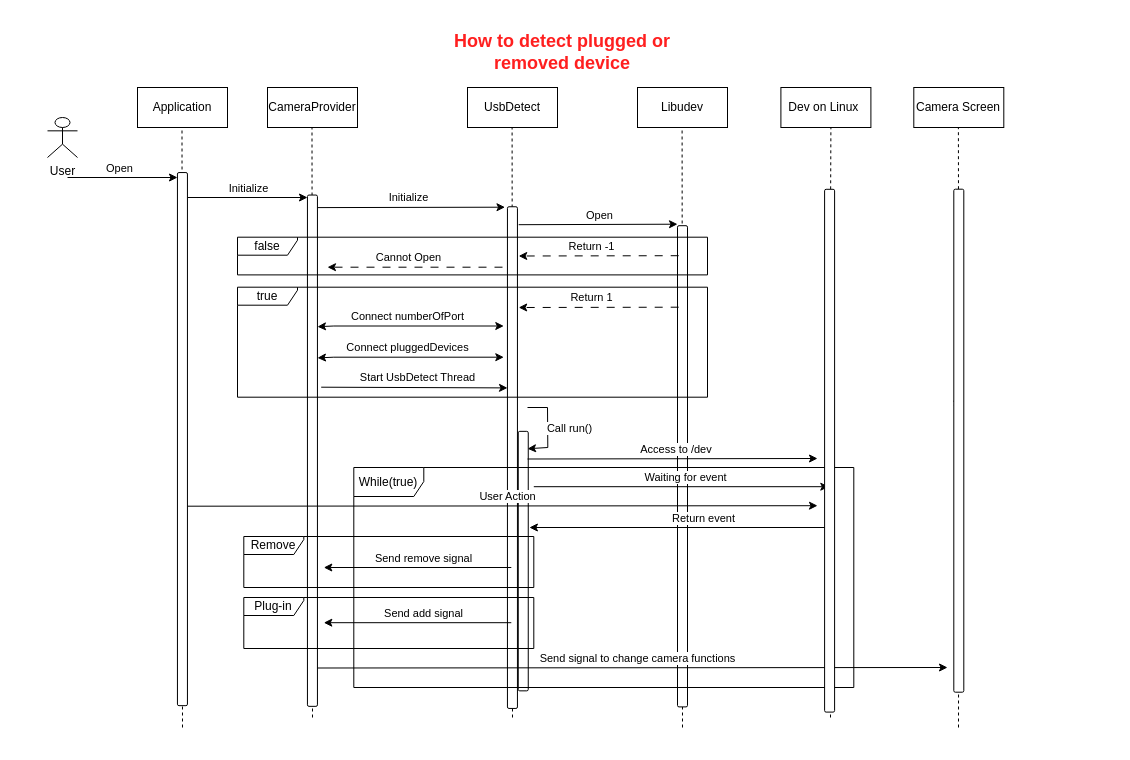
The draw.io diagram Detect Plugged Device.drawio in GNV8HC/Exercise, before the edit. Source tidied: cells renumbered, new cells numbered last; positions are measured from the earlier drawing's top-left corner, leaving out a move shared by most shapes. Both pictures are drawn from the tidied source at 100%, with x=0, y=0 at pixel (-85, 37).
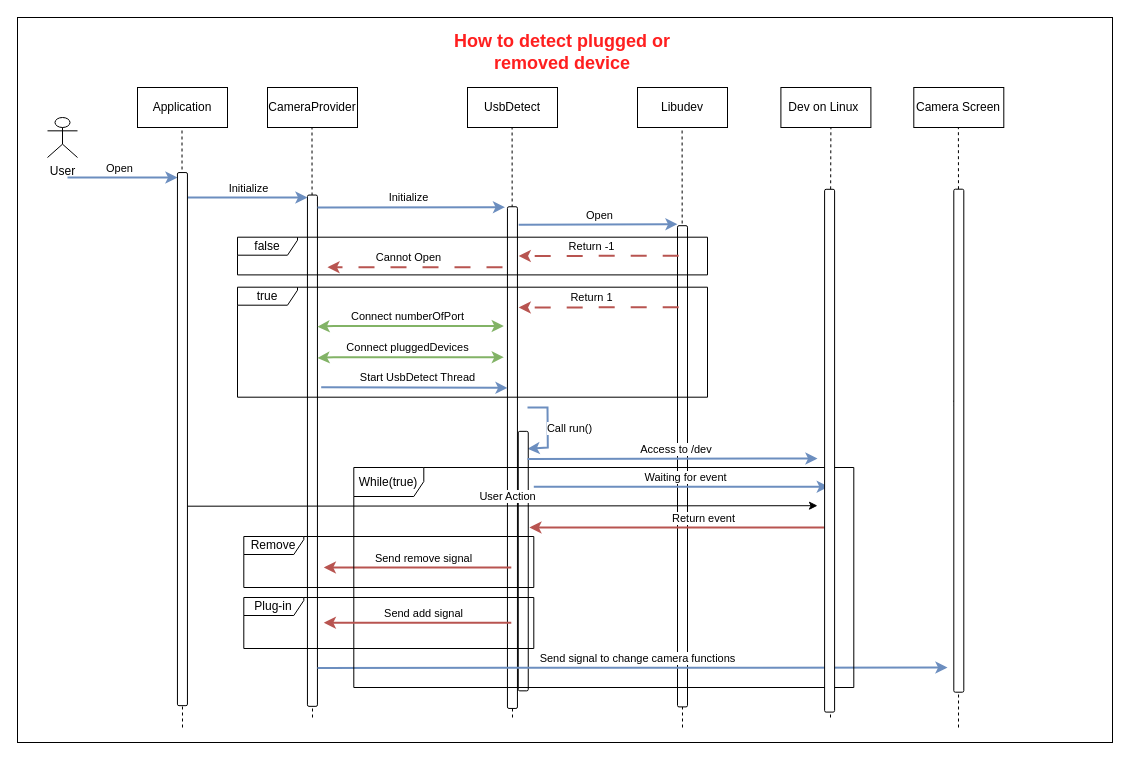
Above is the later version.

The change refers to these unchanged cells:
```xml
<mxCell id="40" style="rounded=1;whiteSpace=wrap;html=1;rotation=-90;" parent="1" vertex="1">
  <mxGeometry x="478" y="518.6" width="259.5" height="10" as="geometry" />
</mxCell>
```

Change to the diagram source:
```diff
@@
+    <mxCell id="67" style="rounded=0;whiteSpace=wrap;html=1;" parent="1" vertex="1">
+      <mxGeometry x="102" y="-20" width="1095" height="725" as="geometry" />
+    </mxCell>
@@
-    <mxCell id="12" style="endArrow=classic;html=1;rounded=0;" parent="1" edge="1">
+    <mxCell id="12" style="endArrow=classic;html=1;rounded=0;fillColor=#dae8fc;strokeColor=#6c8ebf;strokeWidth=2;" parent="1" edge="1">
       <mxGeometry relative="1" as="geometry">
         <mxPoint x="152" y="140" as="sourcePoint" />
         <mxPoint x="262" y="140" as="targetPoint" />
       </mxGeometry>
     </mxCell>
@@
-    <mxCell id="14" style="endArrow=classic;html=1;rounded=0;" parent="1" edge="1">
+    <mxCell id="14" style="endArrow=classic;html=1;rounded=0;fillColor=#dae8fc;strokeColor=#6c8ebf;strokeWidth=2;" parent="1" edge="1">
       <mxGeometry relative="1" as="geometry">
         <mxPoint x="272" y="160" as="sourcePoint" />
         <mxPoint x="392" y="160" as="targetPoint" />
       </mxGeometry>
     </mxCell>
@@
-    <mxCell id="16" style="endArrow=classic;html=1;rounded=0;exitX=0.869;exitY=1;exitDx=0;exitDy=0;exitPerimeter=0;" parent="1" edge="1">
+    <mxCell id="16" style="endArrow=classic;html=1;rounded=0;exitX=0.869;exitY=1;exitDx=0;exitDy=0;exitPerimeter=0;fillColor=#dae8fc;strokeColor=#6c8ebf;strokeWidth=2;" parent="1" edge="1">
       <mxGeometry relative="1" as="geometry">
         <mxPoint x="402" y="170.1" as="sourcePoint" />
         <mxPoint x="589.5" y="169.7" as="targetPoint" />
       </mxGeometry>
     </mxCell>
@@
-    <mxCell id="22" style="endArrow=classic;html=1;rounded=0;dashed=1;dashPattern=8 8;" parent="1" edge="1">
+    <mxCell id="22" style="endArrow=classic;html=1;rounded=0;dashed=1;dashPattern=8 8;fillColor=#f8cecc;strokeColor=#b85450;strokeWidth=2;" parent="1" edge="1">
       <mxGeometry relative="1" as="geometry">
         <mxPoint x="587" y="229.7" as="sourcePoint" />
         <mxPoint x="412" y="229.7" as="targetPoint" />
       </mxGeometry>
     </mxCell>
@@
-    <mxCell id="25" style="endArrow=classic;startArrow=classic;html=1;rounded=0;exitX=0.168;exitY=1.367;exitDx=0;exitDy=0;exitPerimeter=0;" parent="1" edge="1">
+    <mxCell id="25" style="endArrow=classic;startArrow=classic;html=1;rounded=0;exitX=0.168;exitY=1.367;exitDx=0;exitDy=0;exitPerimeter=0;fillColor=#d5e8d4;strokeColor=#82b366;strokeWidth=2;" parent="1" edge="1">
       <mxGeometry relative="1" as="geometry">
         <mxPoint x="402" y="289.2" as="sourcePoint" />
         <mxPoint x="588.3" y="288.5" as="targetPoint" />
         <Array as="points">
           <mxPoint x="418.3" y="288.5" />
         </Array>
       </mxGeometry>
     </mxCell>
@@
-    <mxCell id="27" style="endArrow=classic;html=1;rounded=0;exitX=0.147;exitY=1.367;exitDx=0;exitDy=0;exitPerimeter=0;" parent="1" edge="1">
+    <mxCell id="27" style="endArrow=classic;html=1;rounded=0;exitX=0.147;exitY=1.367;exitDx=0;exitDy=0;exitPerimeter=0;fillColor=#dae8fc;strokeColor=#6c8ebf;strokeWidth=2;" parent="1" edge="1">
       <mxGeometry relative="1" as="geometry">
         <mxPoint x="405.7" y="349.7" as="sourcePoint" />
         <mxPoint x="592" y="350.4" as="targetPoint" />
       </mxGeometry>
     </mxCell>
@@
-    <mxCell id="29" style="endArrow=classic;startArrow=classic;html=1;rounded=0;exitX=0.168;exitY=1.367;exitDx=0;exitDy=0;exitPerimeter=0;" parent="1" edge="1">
+    <mxCell id="29" style="endArrow=classic;startArrow=classic;html=1;rounded=0;exitX=0.168;exitY=1.367;exitDx=0;exitDy=0;exitPerimeter=0;fillColor=#d5e8d4;strokeColor=#82b366;strokeWidth=2;" parent="1" edge="1">
       <mxGeometry relative="1" as="geometry">
         <mxPoint x="402" y="320.4" as="sourcePoint" />
         <mxPoint x="588.3" y="319.7" as="targetPoint" />
         <Array as="points">
           <mxPoint x="418.3" y="319.7" />
         </Array>
       </mxGeometry>
     </mxCell>
@@
-    <mxCell id="32" style="endArrow=classic;html=1;rounded=0;entryX=0.933;entryY=0.93;entryDx=0;entryDy=0;entryPerimeter=0;" parent="1" edge="1" target="40">
+    <mxCell id="32" style="endArrow=classic;html=1;rounded=0;entryX=0.933;entryY=0.93;entryDx=0;entryDy=0;entryPerimeter=0;fillColor=#dae8fc;strokeColor=#6c8ebf;strokeWidth=2;" parent="1" edge="1" target="40">
       <mxGeometry relative="1" as="geometry">
         <mxPoint x="612" y="370" as="sourcePoint" />
         <Array as="points">
           <mxPoint x="632" y="370" />
           <mxPoint x="632.3" y="410" />
         </Array>
       </mxGeometry>
     </mxCell>
@@
-    <mxCell id="34" style="endArrow=classic;html=1;rounded=0;exitX=0.8;exitY=1;exitDx=0;exitDy=0;exitPerimeter=0;" parent="1" edge="1">
+    <mxCell id="34" style="endArrow=classic;html=1;rounded=0;exitX=0.8;exitY=1;exitDx=0;exitDy=0;exitPerimeter=0;fillColor=#dae8fc;strokeColor=#6c8ebf;strokeWidth=2;" parent="1" edge="1">
       <mxGeometry relative="1" as="geometry">
         <mxPoint x="603.2" y="187.2" as="sourcePoint" />
         <mxPoint x="762" y="186.7" as="targetPoint" />
       </mxGeometry>
     </mxCell>
@@
-    <mxCell id="36" style="endArrow=classic;html=1;rounded=0;dashed=1;dashPattern=8 8;" parent="1" edge="1">
+    <mxCell id="36" style="endArrow=classic;html=1;rounded=0;dashed=1;dashPattern=8 8;fillColor=#f8cecc;strokeColor=#b85450;strokeWidth=2;" parent="1" edge="1">
       <mxGeometry relative="1" as="geometry">
         <mxPoint x="763.2" y="218.2" as="sourcePoint" />
         <mxPoint x="603.2" y="218.5" as="targetPoint" />
       </mxGeometry>
     </mxCell>
@@
-    <mxCell id="38" style="endArrow=classic;html=1;rounded=0;dashed=1;dashPattern=8 8;" parent="1" edge="1">
+    <mxCell id="38" style="endArrow=classic;html=1;rounded=0;dashed=1;dashPattern=8 8;fillColor=#f8cecc;strokeColor=#b85450;strokeWidth=2;" parent="1" edge="1">
       <mxGeometry relative="1" as="geometry">
         <mxPoint x="763.2" y="269.7" as="sourcePoint" />
         <mxPoint x="603.2" y="270" as="targetPoint" />
       </mxGeometry>
     </mxCell>
@@
-    <mxCell id="43" style="endArrow=classic;html=1;rounded=0;exitX=0.8;exitY=1;exitDx=0;exitDy=0;exitPerimeter=0;" parent="1" edge="1">
+    <mxCell id="43" style="endArrow=classic;html=1;rounded=0;exitX=0.8;exitY=1;exitDx=0;exitDy=0;exitPerimeter=0;fillColor=#dae8fc;strokeColor=#6c8ebf;strokeWidth=2;" parent="1" edge="1">
       <mxGeometry relative="1" as="geometry">
         <mxPoint x="612" y="421.5" as="sourcePoint" />
         <mxPoint x="902" y="421" as="targetPoint" />
       </mxGeometry>
     </mxCell>
@@
-    <mxCell id="45" style="endArrow=classic;html=1;rounded=0;" parent="1" edge="1">
+    <mxCell id="45" style="endArrow=classic;html=1;rounded=0;fillColor=#dae8fc;strokeColor=#6c8ebf;strokeWidth=2;" parent="1" edge="1">
       <mxGeometry relative="1" as="geometry">
         <mxPoint x="618.3" y="449.2" as="sourcePoint" />
         <mxPoint x="913.3" y="449.2" as="targetPoint" />
       </mxGeometry>
     </mxCell>
@@
-    <mxCell id="47" style="endArrow=classic;html=1;rounded=0;" parent="1" edge="1">
+    <mxCell id="47" style="endArrow=classic;html=1;rounded=0;fillColor=#f8cecc;strokeColor=#b85450;strokeWidth=2;" parent="1" edge="1">
       <mxGeometry relative="1" as="geometry">
         <mxPoint x="595.8" y="530" as="sourcePoint" />
         <mxPoint x="408.3" y="530" as="targetPoint" />
       </mxGeometry>
     </mxCell>
@@
-    <mxCell id="49" style="endArrow=classic;html=1;rounded=0;exitX=0.8;exitY=1;exitDx=0;exitDy=0;exitPerimeter=0;" parent="1" edge="1">
+    <mxCell id="49" style="endArrow=classic;html=1;rounded=0;exitX=0.8;exitY=1;exitDx=0;exitDy=0;exitPerimeter=0;fillColor=#dae8fc;strokeColor=#6c8ebf;strokeWidth=2;" parent="1" edge="1">
       <mxGeometry relative="1" as="geometry">
         <mxPoint x="402" y="630.5" as="sourcePoint" />
         <mxPoint x="1032" y="630" as="targetPoint" />
       </mxGeometry>
     </mxCell>
@@
-    <mxCell id="55" style="endArrow=classic;html=1;rounded=0;" parent="1" edge="1">
+    <mxCell id="55" style="endArrow=classic;html=1;rounded=0;fillColor=#f8cecc;strokeColor=#b85450;strokeWidth=2;" parent="1" edge="1">
       <mxGeometry relative="1" as="geometry">
         <mxPoint x="912.7" y="490" as="sourcePoint" />
         <mxPoint x="613.9" y="490" as="targetPoint" />
       </mxGeometry>
     </mxCell>
@@
-    <mxCell id="59" style="endArrow=classic;html=1;rounded=0;" parent="1" edge="1">
+    <mxCell id="59" style="endArrow=classic;html=1;rounded=0;fillColor=#f8cecc;strokeColor=#b85450;strokeWidth=2;" parent="1" edge="1">
       <mxGeometry relative="1" as="geometry">
         <mxPoint x="595.8" y="585.2" as="sourcePoint" />
         <mxPoint x="408.3" y="585.2" as="targetPoint" />
       </mxGeometry>
     </mxCell>
```
